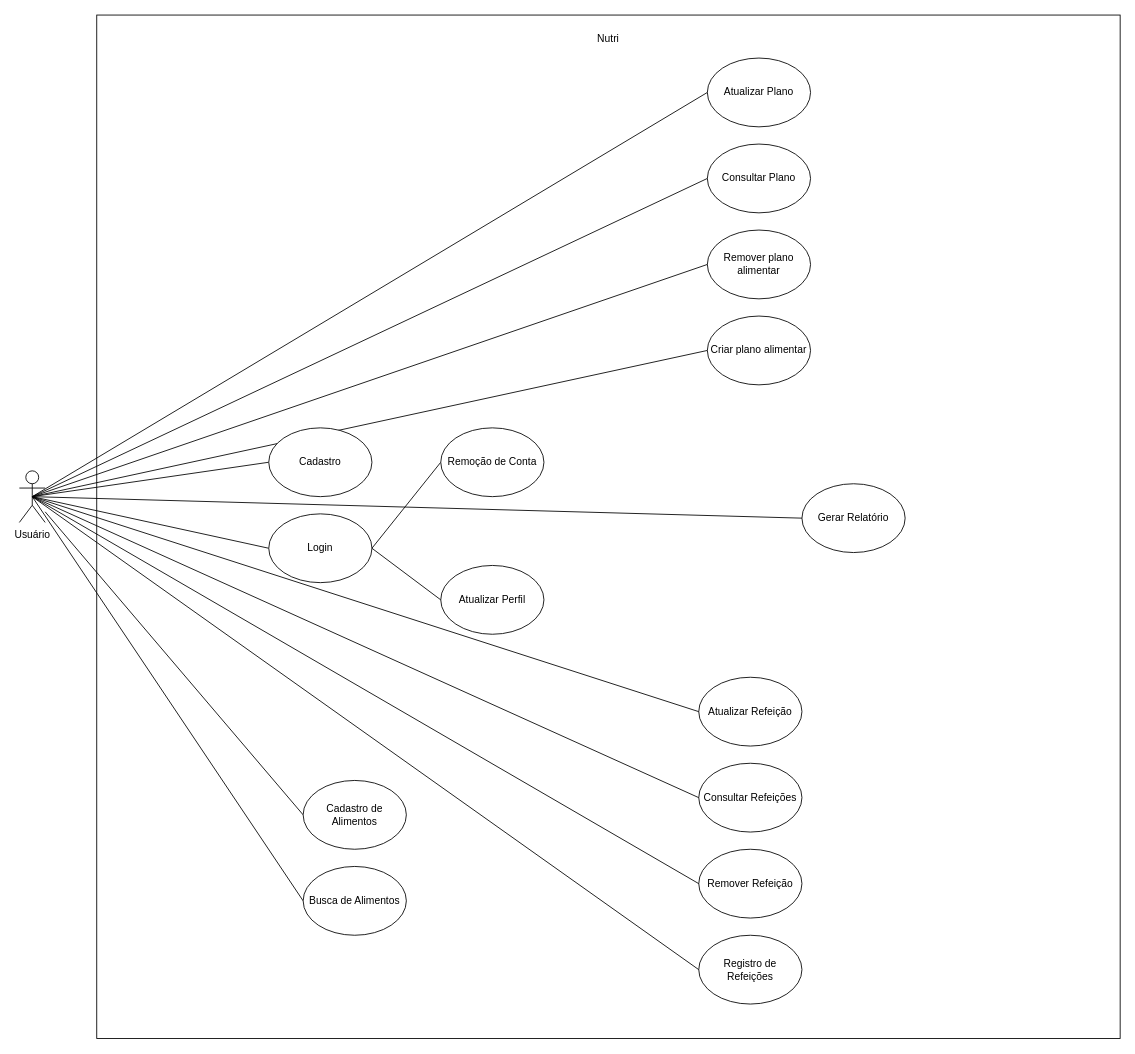
The draw.io diagram casosuso.drawio in EliasNote/nutri, before the edit. Source tidied: cells renumbered, new cells numbered last; positions are measured from the earlier drawing's top-left corner, leaving out a move shared by most shapes. Both pictures are drawn from the tidied source at 86%, with x=0, y=0 at pixel (19, 15).
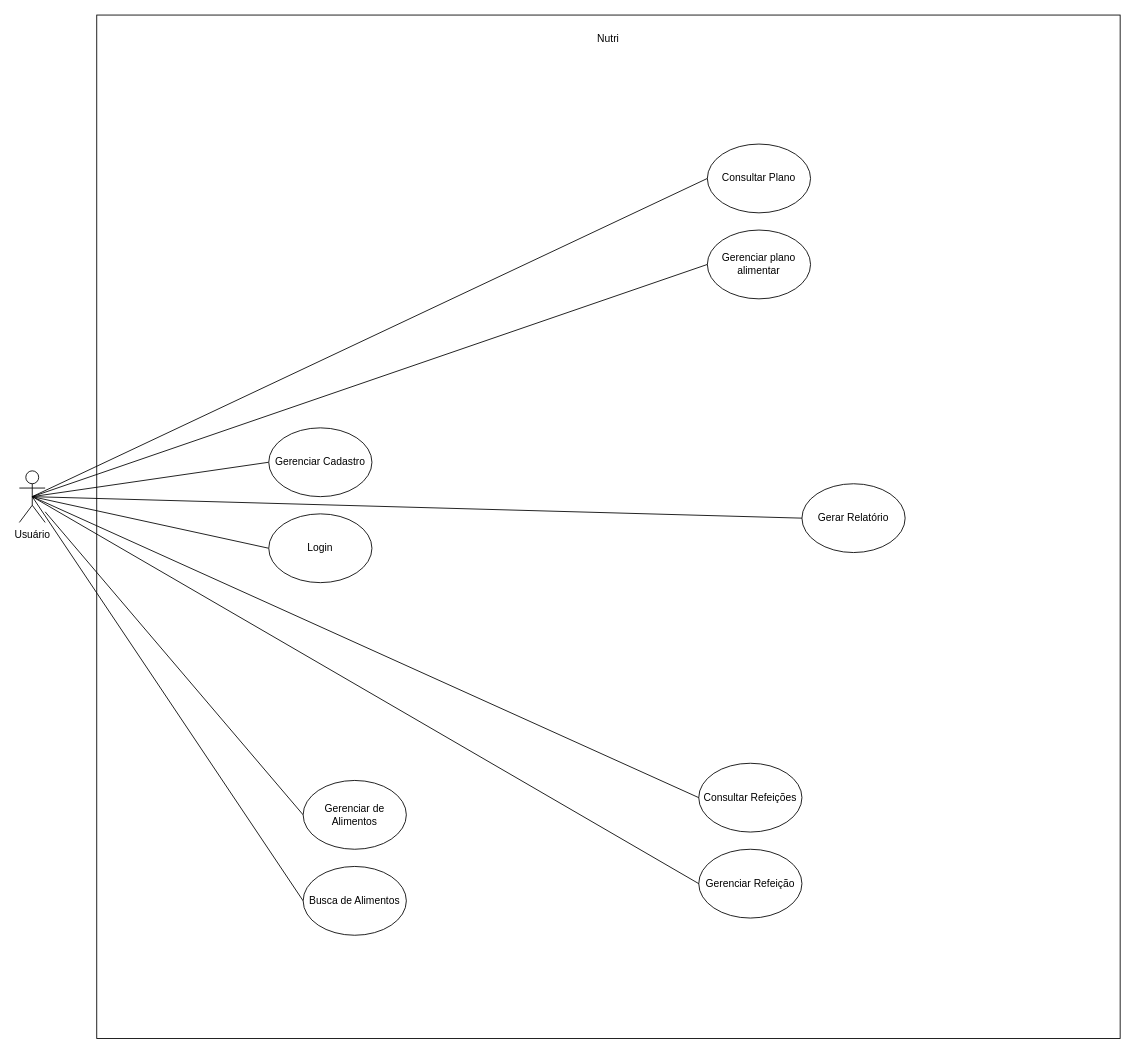
The same diagram, later.

Commit message:
feat: update use case diagram with revised user actions and management features

The change refers to these unchanged cells:
```xml
<mxCell id="13" value="Usuário" style="shape=umlActor;verticalLabelPosition=bottom;verticalAlign=top;html=1;outlineConnect=0;" parent="1" vertex="1">
  <mxGeometry y="530" width="30" height="60" as="geometry" />
</mxCell>
<mxCell id="21" value="Login" style="ellipse;whiteSpace=wrap;html=1;" parent="1" vertex="1">
  <mxGeometry x="290" y="580" width="120" height="80" as="geometry" />
</mxCell>
```

The edit, as a diff of the source:
```diff
@@
-    <mxCell id="3" value="Atualizar Perfil" style="ellipse;whiteSpace=wrap;html=1;" parent="1" vertex="1">
-      <mxGeometry x="490" y="640" width="120" height="80" as="geometry" />
-    </mxCell>
@@
-    <mxCell id="5" value="Registro de Refeições" style="ellipse;whiteSpace=wrap;html=1;" parent="1" vertex="1">
-      <mxGeometry x="790" y="1070" width="120" height="80" as="geometry" />
-    </mxCell>
-    <mxCell id="6" value="Criar plano alimentar" style="ellipse;whiteSpace=wrap;html=1;" parent="1" vertex="1">
-      <mxGeometry x="800" y="350" width="120" height="80" as="geometry" />
-    </mxCell>
-    <mxCell id="7" value="Atualizar Refeição" style="ellipse;whiteSpace=wrap;html=1;" parent="1" vertex="1">
-      <mxGeometry x="790" y="770" width="120" height="80" as="geometry" />
-    </mxCell>
@@
-    <mxCell id="10" value="Atualizar Plano" style="ellipse;whiteSpace=wrap;html=1;" parent="1" vertex="1">
-      <mxGeometry x="800" y="50" width="120" height="80" as="geometry" />
-    </mxCell>
-    <mxCell id="11" value="Remover Refeição" style="ellipse;whiteSpace=wrap;html=1;" parent="1" vertex="1">
+    <mxCell id="11" value="Gerenciar Refeição" style="ellipse;whiteSpace=wrap;html=1;" parent="1" vertex="1">
       <mxGeometry x="790" y="970" width="120" height="80" as="geometry" />
     </mxCell>
-    <mxCell id="12" value="Remover plano alimentar" style="ellipse;whiteSpace=wrap;html=1;" parent="1" vertex="1">
+    <mxCell id="12" value="Gerenciar plano alimentar" style="ellipse;whiteSpace=wrap;html=1;" parent="1" vertex="1">
       <mxGeometry x="800" y="250" width="120" height="80" as="geometry" />
     </mxCell>
@@
-    <mxCell id="16" style="endArrow=none;html=1;rounded=0;exitX=1;exitY=0.5;exitDx=0;exitDy=0;entryX=0;entryY=0.5;entryDx=0;entryDy=0;" parent="1" edge="1" source="21" target="3">
-      <mxGeometry relative="1" as="geometry" />
-    </mxCell>
@@
-    <mxCell id="19" style="endArrow=none;html=1;rounded=0;exitX=0.5;exitY=0.5;exitDx=0;exitDy=0;exitPerimeter=0;entryX=0;entryY=0.5;entryDx=0;entryDy=0;" parent="1" edge="1" source="13" target="6">
-      <mxGeometry relative="1" as="geometry" />
-    </mxCell>
@@
-    <mxCell id="22" style="endArrow=none;html=1;rounded=0;exitX=0.5;exitY=0.5;exitDx=0;exitDy=0;exitPerimeter=0;entryX=0;entryY=0.5;entryDx=0;entryDy=0;" parent="1" edge="1" source="13" target="7">
-      <mxGeometry relative="1" as="geometry" />
-    </mxCell>
@@
-    <mxCell id="25" style="endArrow=none;html=1;rounded=0;exitX=0.5;exitY=0.5;exitDx=0;exitDy=0;exitPerimeter=0;entryX=0;entryY=0.5;entryDx=0;entryDy=0;" parent="1" edge="1" source="13" target="5">
-      <mxGeometry relative="1" as="geometry" />
-    </mxCell>
@@
-    <mxCell id="27" style="endArrow=none;html=1;rounded=0;exitX=1;exitY=0.5;exitDx=0;exitDy=0;entryX=0;entryY=0.5;entryDx=0;entryDy=0;" parent="1" edge="1" source="21" target="33">
-      <mxGeometry relative="1" as="geometry" />
-    </mxCell>
-    <mxCell id="28" value="Cadastro" style="ellipse;whiteSpace=wrap;html=1;" parent="1" vertex="1">
+    <mxCell id="28" value="Gerenciar Cadastro" style="ellipse;whiteSpace=wrap;html=1;" parent="1" vertex="1">
       <mxGeometry x="290" y="480" width="120" height="80" as="geometry" />
     </mxCell>
-    <mxCell id="29" style="endArrow=none;html=1;rounded=0;exitX=0.5;exitY=0.5;exitDx=0;exitDy=0;exitPerimeter=0;entryX=0;entryY=0.5;entryDx=0;entryDy=0;" parent="1" edge="1" source="13" target="10">
-      <mxGeometry relative="1" as="geometry" />
-    </mxCell>
-    <mxCell id="30" value="Cadastro de Alimentos" style="ellipse;whiteSpace=wrap;html=1;" parent="1" vertex="1">
+    <mxCell id="30" value="Gerenciar de Alimentos" style="ellipse;whiteSpace=wrap;html=1;" parent="1" vertex="1">
       <mxGeometry x="330" y="890" width="120" height="80" as="geometry" />
     </mxCell>
@@
-    <mxCell id="33" value="Remoção de Conta" style="ellipse;whiteSpace=wrap;html=1;" parent="1" vertex="1">
-      <mxGeometry x="490" y="480" width="120" height="80" as="geometry" />
-    </mxCell>
```
